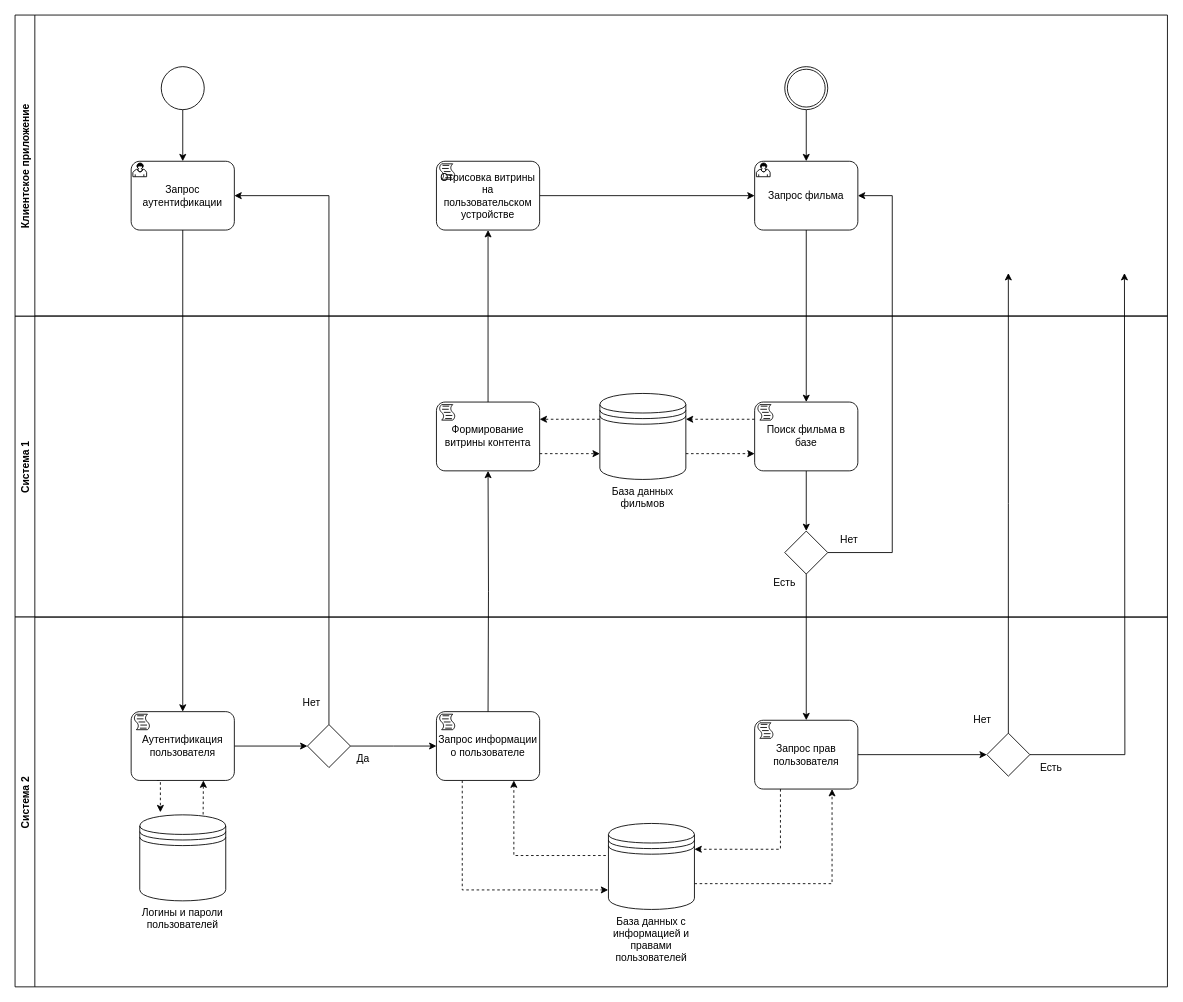
This is bpmn1.drawio from AleksTikhonov/ANSYS_Workbench, a draw.io file, before an edit. Source tidied: cells renumbered, new cells numbered last; positions are measured from the earlier drawing's top-left corner, leaving out a move shared by most shapes. Both pictures are drawn from the tidied source at 86%, with x=0, y=0 at pixel (15, 15).
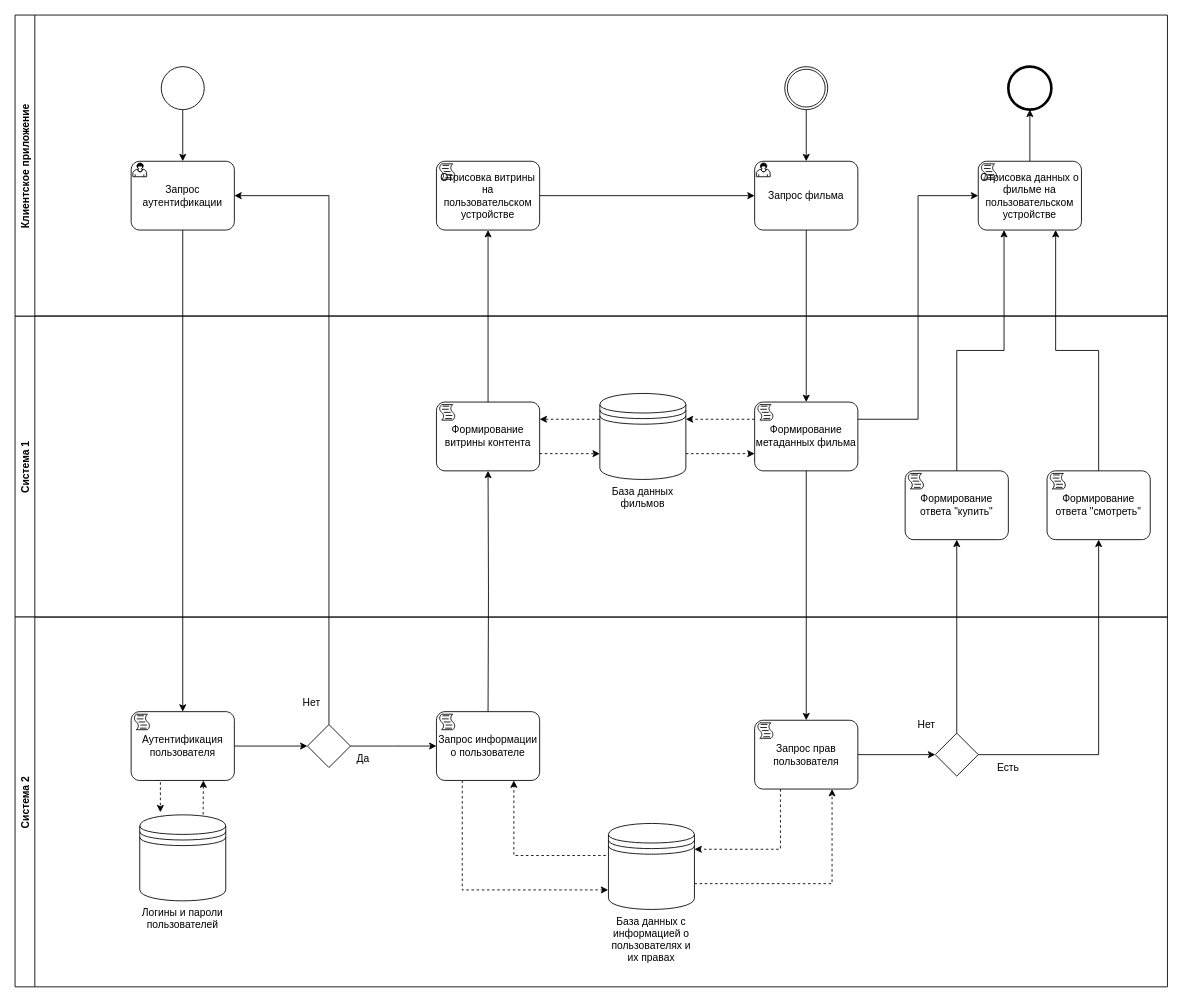
The same page after the edit.

The change refers to these unchanged cells:
```xml
<mxCell id="2" value="Система 1" style="swimlane;horizontal=0;" parent="1" vertex="1">
  <mxGeometry y="350" width="1340" height="350" as="geometry" />
</mxCell>
<mxCell id="14" value="Система 2" style="swimlane;horizontal=0;" parent="1" vertex="1">
  <mxGeometry y="700" width="1340" height="430" as="geometry" />
</mxCell>
<mxCell id="30" value="Запрос прав пользователя" style="points=[[0.25,0,0],[0.5,0,0],[0.75,0,0],[1,0.25,0],[1,0.5,0],[1,0.75,0],[0.75,1,0],[0.5,1,0],[0.25,1,0],[0,0.75,0],[0,0.5,0],[0,0.25,0]];shape=mxgraph.bpmn.task;whiteSpace=wrap;rectStyle=rounded;size=10;taskMarker=script;" parent="14" vertex="1">
  <mxGeometry x="860" y="120" width="120" height="80" as="geometry" />
</mxCell>
<mxCell id="33" value="Клиентское приложение" style="swimlane;horizontal=0;" parent="1" vertex="1">
  <mxGeometry width="1340" height="350" as="geometry" />
</mxCell>
<mxCell id="40" value="Запрос фильма" style="points=[[0.25,0,0],[0.5,0,0],[0.75,0,0],[1,0.25,0],[1,0.5,0],[1,0.75,0],[0.75,1,0],[0.5,1,0],[0.25,1,0],[0,0.75,0],[0,0.5,0],[0,0.25,0]];shape=mxgraph.bpmn.task;whiteSpace=wrap;rectStyle=rounded;size=10;taskMarker=user;" parent="33" vertex="1">
  <mxGeometry x="860" y="170" width="120" height="80" as="geometry" />
</mxCell>
```

Diff of the diagram source:
```diff
@@
-    <mxCell id="9" style="edgeStyle=orthogonalEdgeStyle;rounded=0;jettySize=auto;html=1;" parent="2" edge="1" source="10" target="11">
-      <mxGeometry relative="1" as="geometry" />
-    </mxCell>
-    <mxCell id="10" value="Поиск фильма в базе" style="points=[[0.25,0,0],[0.5,0,0],[0.75,0,0],[1,0.25,0],[1,0.5,0],[1,0.75,0],[0.75,1,0],[0.5,1,0],[0.25,1,0],[0,0.75,0],[0,0.5,0],[0,0.25,0]];shape=mxgraph.bpmn.task;whiteSpace=wrap;rectStyle=rounded;size=10;taskMarker=script;" parent="2" vertex="1">
+    <mxCell id="10" value="Формирование метаданных фильма" style="points=[[0.25,0,0],[0.5,0,0],[0.75,0,0],[1,0.25,0],[1,0.5,0],[1,0.75,0],[0.75,1,0],[0.5,1,0],[0.25,1,0],[0,0.75,0],[0,0.5,0],[0,0.25,0]];shape=mxgraph.bpmn.task;whiteSpace=wrap;rectStyle=rounded;size=10;taskMarker=script;" parent="2" vertex="1">
       <mxGeometry x="860" y="100" width="120" height="80" as="geometry" />
     </mxCell>
-    <mxCell id="11" style="points=[[0.25,0.25,0],[0.5,0,0],[0.75,0.25,0],[1,0.5,0],[0.75,0.75,0],[0.5,1,0],[0.25,0.75,0],[0,0.5,0]];shape=mxgraph.bpmn.gateway2;html=1;verticalLabelPosition=bottom;labelBackgroundColor=#ffffff;verticalAlign=top;align=center;perimeter=rhombusPerimeter;outlineConnect=0;outline=none;symbol=none;" parent="2" vertex="1">
-      <mxGeometry x="895" y="250" width="50" height="50" as="geometry" />
-    </mxCell>
-    <mxCell id="12" value="Нет" style="text;html=1;strokeColor=none;fillColor=none;align=center;verticalAlign=middle;whiteSpace=wrap;rounded=0;" parent="2" vertex="1">
-      <mxGeometry x="945" y="250" width="50" height="20" as="geometry" />
-    </mxCell>
-    <mxCell id="13" value="Есть" style="text;html=1;strokeColor=none;fillColor=none;align=center;verticalAlign=middle;whiteSpace=wrap;rounded=0;" parent="2" vertex="1">
-      <mxGeometry x="870" y="300" width="50" height="20" as="geometry" />
-    </mxCell>
+    <mxCell id="53" value="Формирование ответа &quot;купить&quot;" style="points=[[0.25,0,0],[0.5,0,0],[0.75,0,0],[1,0.25,0],[1,0.5,0],[1,0.75,0],[0.75,1,0],[0.5,1,0],[0.25,1,0],[0,0.75,0],[0,0.5,0],[0,0.25,0]];shape=mxgraph.bpmn.task;whiteSpace=wrap;rectStyle=rounded;size=10;taskMarker=script;" parent="2" vertex="1">
+      <mxGeometry x="1035" y="180" width="120" height="80" as="geometry" />
+    </mxCell>
+    <mxCell id="54" value="Формирование ответа &quot;смотреть&quot;" style="points=[[0.25,0,0],[0.5,0,0],[0.75,0,0],[1,0.25,0],[1,0.5,0],[1,0.75,0],[0.75,1,0],[0.5,1,0],[0.25,1,0],[0,0.75,0],[0,0.5,0],[0,0.25,0]];shape=mxgraph.bpmn.task;whiteSpace=wrap;rectStyle=rounded;size=10;taskMarker=script;" parent="2" vertex="1">
+      <mxGeometry x="1200" y="180" width="120" height="80" as="geometry" />
+    </mxCell>
@@
-    <mxCell id="27" value="База данных с информацией и правами пользователей" style="shape=datastore;whiteSpace=wrap;html=1;labelPosition=center;verticalLabelPosition=bottom;align=center;verticalAlign=top;" parent="14" vertex="1">
+    <mxCell id="27" value="База данных с информацией о пользователях и их правах" style="shape=datastore;whiteSpace=wrap;html=1;labelPosition=center;verticalLabelPosition=bottom;align=center;verticalAlign=top;" parent="14" vertex="1">
       <mxGeometry x="690" y="240" width="100" height="100" as="geometry" />
     </mxCell>
@@
     <mxCell id="31" style="points=[[0.25,0.25,0],[0.5,0,0],[0.75,0.25,0],[1,0.5,0],[0.75,0.75,0],[0.5,1,0],[0.25,0.75,0],[0,0.5,0]];shape=mxgraph.bpmn.gateway2;html=1;verticalLabelPosition=bottom;labelBackgroundColor=#ffffff;verticalAlign=top;align=center;perimeter=rhombusPerimeter;outlineConnect=0;outline=none;symbol=none;" parent="14" vertex="1">
-      <mxGeometry x="1130" y="135" width="50" height="50" as="geometry" />
+      <mxGeometry x="1070" y="135" width="50" height="50" as="geometry" />
     </mxCell>
     <mxCell id="32" value="Есть" style="text;html=1;strokeColor=none;fillColor=none;align=center;verticalAlign=middle;whiteSpace=wrap;rounded=0;" parent="14" vertex="1">
-      <mxGeometry x="1180" y="165" width="50" height="20" as="geometry" />
+      <mxGeometry x="1130" y="165" width="50" height="20" as="geometry" />
     </mxCell>
+    <mxCell id="52" value="Нет" style="text;html=1;strokeColor=none;fillColor=none;align=center;verticalAlign=middle;whiteSpace=wrap;rounded=0;" parent="14" vertex="1">
+      <mxGeometry x="1035" y="115" width="50" height="20" as="geometry" />
+    </mxCell>
@@
+    <mxCell id="55" style="edgeStyle=orthogonalEdgeStyle;rounded=0;jettySize=auto;html=1;exitX=0.5;exitY=0;exitDx=0;exitDy=0;exitPerimeter=0;entryX=0.5;entryY=1;entryDx=0;entryDy=0;entryPerimeter=0;" parent="33" edge="1" source="56" target="57">
+      <mxGeometry relative="1" as="geometry" />
+    </mxCell>
+    <mxCell id="56" value="Отрисовка данных о фильме на пользовательском устройстве" style="points=[[0.25,0,0],[0.5,0,0],[0.75,0,0],[1,0.25,0],[1,0.5,0],[1,0.75,0],[0.75,1,0],[0.5,1,0],[0.25,1,0],[0,0.75,0],[0,0.5,0],[0,0.25,0]];shape=mxgraph.bpmn.task;whiteSpace=wrap;rectStyle=rounded;size=10;taskMarker=script;" parent="33" vertex="1">
+      <mxGeometry x="1120" y="170" width="120" height="80" as="geometry" />
+    </mxCell>
+    <mxCell id="57" style="points=[[0.145,0.145,0],[0.5,0,0],[0.855,0.145,0],[1,0.5,0],[0.855,0.855,0],[0.5,1,0],[0.145,0.855,0],[0,0.5,0]];shape=mxgraph.bpmn.event;html=1;verticalLabelPosition=bottom;labelBackgroundColor=#ffffff;verticalAlign=top;align=center;perimeter=ellipsePerimeter;outlineConnect=0;outline=end;symbol=terminate2;" parent="33" vertex="1">
+      <mxGeometry x="1155" y="60" width="50" height="50" as="geometry" />
+    </mxCell>
@@
-    <mxCell id="48" style="edgeStyle=orthogonalEdgeStyle;rounded=0;jettySize=auto;html=1;exitX=1;exitY=0.5;exitDx=0;exitDy=0;exitPerimeter=0;entryX=1;entryY=0.5;entryDx=0;entryDy=0;entryPerimeter=0;" parent="1" edge="1" source="11" target="40">
-      <mxGeometry relative="1" as="geometry">
-        <Array as="points">
-          <mxPoint x="1020" y="625" />
-          <mxPoint x="1020" y="210" />
-        </Array>
-      </mxGeometry>
-    </mxCell>
-    <mxCell id="49" style="edgeStyle=orthogonalEdgeStyle;rounded=0;jettySize=auto;html=1;exitX=0.5;exitY=1;exitDx=0;exitDy=0;exitPerimeter=0;entryX=0.5;entryY=0;entryDx=0;entryDy=0;entryPerimeter=0;" parent="1" edge="1" source="11" target="30">
+    <mxCell id="49" style="edgeStyle=orthogonalEdgeStyle;rounded=0;jettySize=auto;html=1;exitX=0.5;exitY=1;exitDx=0;exitDy=0;exitPerimeter=0;entryX=0.5;entryY=0;entryDx=0;entryDy=0;entryPerimeter=0;" parent="1" edge="1" source="10" target="30">
       <mxGeometry relative="1" as="geometry" />
     </mxCell>
-    <mxCell id="50" style="edgeStyle=orthogonalEdgeStyle;rounded=0;jettySize=auto;html=1;exitX=0.5;exitY=0;exitDx=0;exitDy=0;exitPerimeter=0;" parent="1" edge="1" source="31">
-      <mxGeometry relative="1" as="geometry">
-        <mxPoint x="1155" y="300" as="targetPoint" />
-      </mxGeometry>
-    </mxCell>
-    <mxCell id="51" style="edgeStyle=orthogonalEdgeStyle;rounded=0;jettySize=auto;html=1;exitX=1;exitY=0.5;exitDx=0;exitDy=0;exitPerimeter=0;" parent="1" edge="1" source="31">
-      <mxGeometry relative="1" as="geometry">
-        <mxPoint x="1290" y="300" as="targetPoint" />
-      </mxGeometry>
-    </mxCell>
-    <mxCell id="52" value="Нет" style="text;html=1;strokeColor=none;fillColor=none;align=center;verticalAlign=middle;whiteSpace=wrap;rounded=0;" parent="1" vertex="1">
-      <mxGeometry x="1100" y="810" width="50" height="20" as="geometry" />
-    </mxCell>
+    <mxCell id="58" style="edgeStyle=orthogonalEdgeStyle;rounded=0;jettySize=auto;html=1;exitX=1;exitY=0.5;exitDx=0;exitDy=0;exitPerimeter=0;entryX=0.5;entryY=1;entryDx=0;entryDy=0;entryPerimeter=0;" parent="1" edge="1" source="31" target="54">
+      <mxGeometry relative="1" as="geometry" />
+    </mxCell>
+    <mxCell id="59" style="edgeStyle=orthogonalEdgeStyle;rounded=0;jettySize=auto;html=1;exitX=0.5;exitY=0;exitDx=0;exitDy=0;exitPerimeter=0;entryX=0.5;entryY=1;entryDx=0;entryDy=0;entryPerimeter=0;" parent="1" edge="1" source="31" target="53">
+      <mxGeometry relative="1" as="geometry" />
+    </mxCell>
+    <mxCell id="60" style="edgeStyle=orthogonalEdgeStyle;rounded=0;jettySize=auto;html=1;exitX=1;exitY=0.25;exitDx=0;exitDy=0;exitPerimeter=0;entryX=0;entryY=0.5;entryDx=0;entryDy=0;entryPerimeter=0;" parent="1" edge="1" source="10" target="56">
+      <mxGeometry relative="1" as="geometry" />
+    </mxCell>
+    <mxCell id="61" style="edgeStyle=orthogonalEdgeStyle;rounded=0;jettySize=auto;html=1;exitX=0.5;exitY=0;exitDx=0;exitDy=0;exitPerimeter=0;entryX=0.25;entryY=1;entryDx=0;entryDy=0;entryPerimeter=0;" parent="1" edge="1" source="53" target="56">
+      <mxGeometry relative="1" as="geometry" />
+    </mxCell>
+    <mxCell id="62" style="edgeStyle=orthogonalEdgeStyle;rounded=0;jettySize=auto;html=1;exitX=0.5;exitY=0;exitDx=0;exitDy=0;exitPerimeter=0;entryX=0.75;entryY=1;entryDx=0;entryDy=0;entryPerimeter=0;" parent="1" edge="1" source="54" target="56">
+      <mxGeometry relative="1" as="geometry" />
+    </mxCell>
```
